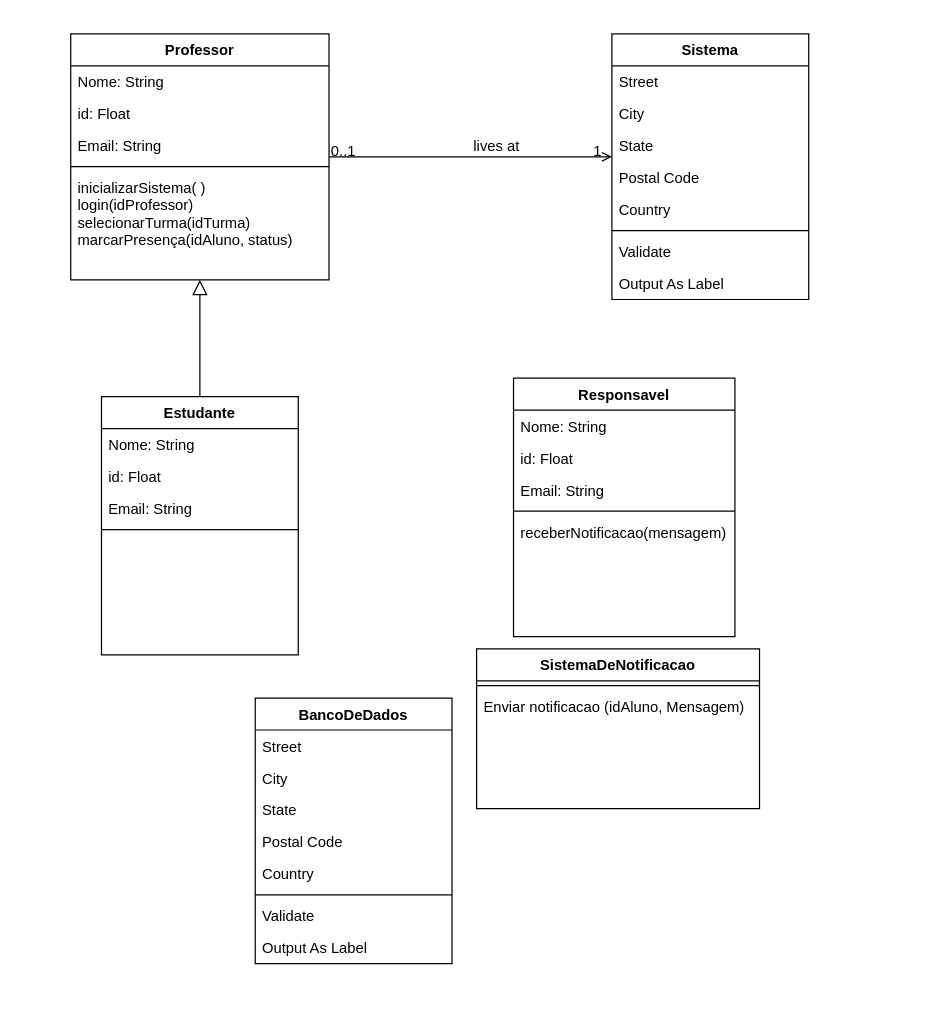
This is Diagramas/Diagrama de Classe.drawio from cc4semestre/projeto, a draw.io file, before an edit. Source tidied: cells renumbered, new cells numbered last; positions are measured from the earlier drawing's top-left corner, leaving out a move shared by most shapes. Both pictures are drawn from the tidied source at 123%, with x=0, y=0 at pixel (70, 33).
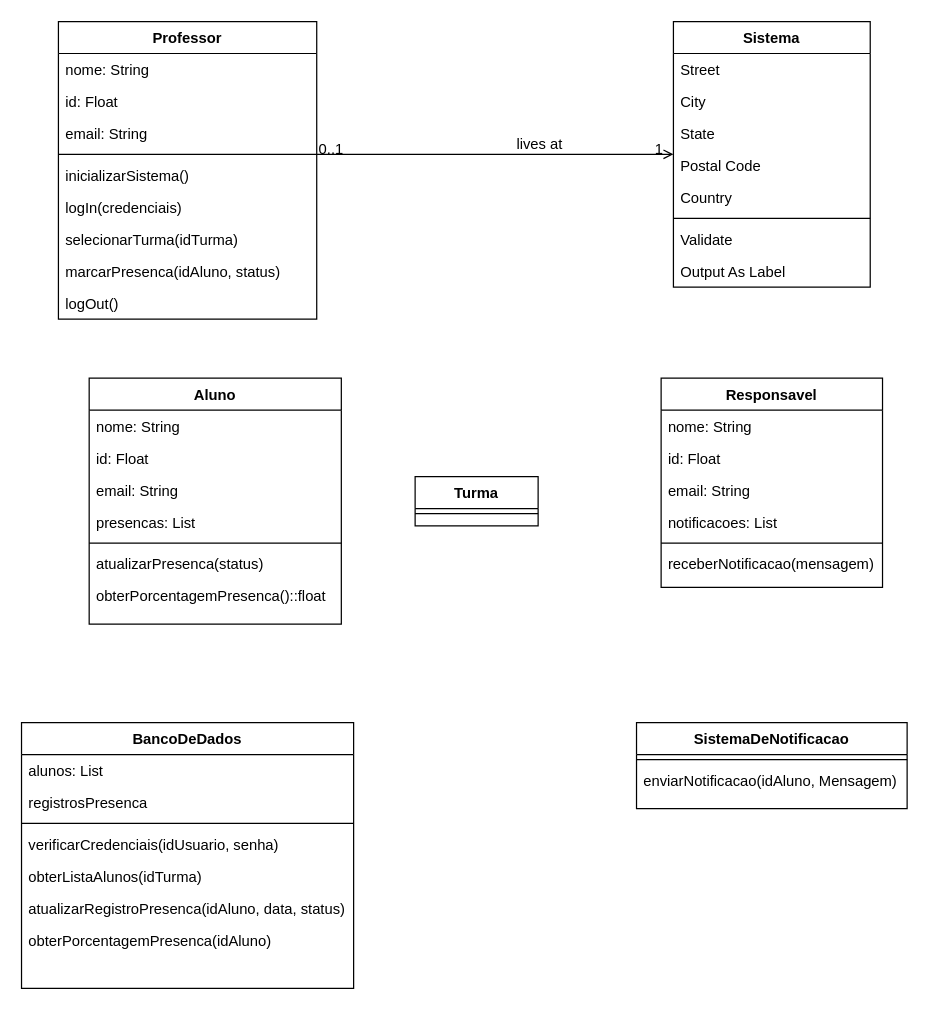
The same diagram, later.

Diff of the diagram source:
```diff
@@
     <mxCell id="2" value="Professor" style="swimlane;fontStyle=1;align=center;verticalAlign=top;horizontal=1;startSize=26;rounded=0;shadow=0;strokeWidth=1;" parent="1" vertex="1">
-      <mxGeometry width="210" height="200" as="geometry" />
+      <mxGeometry x="-10" y="-10" width="210" height="242" as="geometry" />
     </mxCell>
-    <mxCell id="3" value="Nome: String" style="text;align=left;verticalAlign=top;spacingLeft=4;spacingRight=4;overflow=hidden;" parent="2" vertex="1">
+    <mxCell id="3" value="nome: String" style="text;align=left;verticalAlign=top;spacingLeft=4;spacingRight=4;overflow=hidden;" parent="2" vertex="1">
       <mxGeometry y="26" width="210" height="26" as="geometry" />
     </mxCell>
@@
-    <mxCell id="5" value="Email: String" style="text;align=left;verticalAlign=top;spacingLeft=4;spacingRight=4;overflow=hidden;rounded=0;shadow=0;html=0;" parent="2" vertex="1">
+    <mxCell id="5" value="email: String" style="text;align=left;verticalAlign=top;spacingLeft=4;spacingRight=4;overflow=hidden;rounded=0;shadow=0;html=0;" parent="2" vertex="1">
       <mxGeometry y="78" width="210" height="26" as="geometry" />
     </mxCell>
@@
-    <mxCell id="7" value="inicializarSistema( )&#10;login(idProfessor)&#10;selecionarTurma(idTurma)&#10;marcarPresença(idAluno, status)" style="text;align=left;verticalAlign=top;spacingLeft=4;spacingRight=4;overflow=hidden;" parent="2" vertex="1">
-      <mxGeometry y="112" width="210" height="88" as="geometry" />
-    </mxCell>
+    <mxCell id="45" value="inicializarSistema()" style="text;align=left;verticalAlign=top;spacingLeft=4;spacingRight=4;overflow=hidden;" parent="2" vertex="1">
+      <mxGeometry y="112" width="210" height="26" as="geometry" />
+    </mxCell>
+    <mxCell id="46" value="logIn(credenciais)" style="text;align=left;verticalAlign=top;spacingLeft=4;spacingRight=4;overflow=hidden;" parent="2" vertex="1">
+      <mxGeometry y="138" width="210" height="26" as="geometry" />
+    </mxCell>
+    <mxCell id="47" value="selecionarTurma(idTurma)" style="text;align=left;verticalAlign=top;spacingLeft=4;spacingRight=4;overflow=hidden;" parent="2" vertex="1">
+      <mxGeometry y="164" width="210" height="26" as="geometry" />
+    </mxCell>
+    <mxCell id="48" value="marcarPresenca(idAluno, status)" style="text;align=left;verticalAlign=top;spacingLeft=4;spacingRight=4;overflow=hidden;" parent="2" vertex="1">
+      <mxGeometry y="190" width="210" height="26" as="geometry" />
+    </mxCell>
+    <mxCell id="49" value="logOut()" style="text;align=left;verticalAlign=top;spacingLeft=4;spacingRight=4;overflow=hidden;" parent="2" vertex="1">
+      <mxGeometry y="216" width="210" height="26" as="geometry" />
+    </mxCell>
     <mxCell id="8" value="Responsavel" style="swimlane;fontStyle=1;align=center;verticalAlign=top;horizontal=1;startSize=26;rounded=0;shadow=0;strokeWidth=1;" parent="1" vertex="1">
-      <mxGeometry x="360" y="280" width="180" height="210" as="geometry" />
+      <mxGeometry x="480" y="280" width="180" height="170" as="geometry" />
     </mxCell>
-    <mxCell id="9" value="Nome: String" style="text;align=left;verticalAlign=top;spacingLeft=4;spacingRight=4;overflow=hidden;" parent="8" vertex="1">
+    <mxCell id="9" value="nome: String" style="text;align=left;verticalAlign=top;spacingLeft=4;spacingRight=4;overflow=hidden;" parent="8" vertex="1">
       <mxGeometry y="26" width="180" height="26" as="geometry" />
     </mxCell>
@@
+    <mxCell id="50" value="email: String" style="text;align=left;verticalAlign=top;spacingLeft=4;spacingRight=4;overflow=hidden;rounded=0;shadow=0;html=0;" parent="8" vertex="1">
+      <mxGeometry y="78" width="180" height="26" as="geometry" />
+    </mxCell>
-    <mxCell id="11" value="Email: String" style="text;align=left;verticalAlign=top;spacingLeft=4;spacingRight=4;overflow=hidden;rounded=0;shadow=0;html=0;" parent="8" vertex="1">
-      <mxGeometry y="78" width="180" height="26" as="geometry" />
+    <mxCell id="11" value="notificacoes: List" style="text;align=left;verticalAlign=top;spacingLeft=4;spacingRight=4;overflow=hidden;rounded=0;shadow=0;html=0;" parent="8" vertex="1">
+      <mxGeometry y="104" width="180" height="26" as="geometry" />
     </mxCell>
     <mxCell id="12" style="line;html=1;strokeWidth=1;align=left;verticalAlign=middle;spacingTop=-1;spacingLeft=3;spacingRight=3;labelPosition=right;" parent="8" vertex="1">
-      <mxGeometry y="104" width="180" height="8" as="geometry" />
+      <mxGeometry y="130" width="180" height="8" as="geometry" />
     </mxCell>
     <mxCell id="13" value="receberNotificacao(mensagem)&#10;" style="text;align=left;verticalAlign=top;spacingLeft=4;spacingRight=4;overflow=hidden;" parent="8" vertex="1">
-      <mxGeometry y="112" width="180" height="26" as="geometry" />
+      <mxGeometry y="138" width="180" height="26" as="geometry" />
     </mxCell>
-    <mxCell id="14" value="Estudante" style="swimlane;fontStyle=1;align=center;verticalAlign=top;horizontal=1;startSize=26;rounded=0;shadow=0;strokeWidth=1;" parent="1" vertex="1">
-      <mxGeometry x="25" y="295" width="160" height="210" as="geometry" />
+    <mxCell id="14" value="Aluno" style="swimlane;fontStyle=1;align=center;verticalAlign=top;horizontal=1;startSize=26;rounded=0;shadow=0;strokeWidth=1;" parent="1" vertex="1">
+      <mxGeometry x="15" y="280" width="205" height="200" as="geometry" />
     </mxCell>
-    <mxCell id="15" value="Nome: String" style="text;align=left;verticalAlign=top;spacingLeft=4;spacingRight=4;overflow=hidden;" parent="14" vertex="1">
-      <mxGeometry y="26" width="160" height="26" as="geometry" />
+    <mxCell id="15" value="nome: String" style="text;align=left;verticalAlign=top;spacingLeft=4;spacingRight=4;overflow=hidden;" parent="14" vertex="1">
+      <mxGeometry y="26" width="205" height="26" as="geometry" />
     </mxCell>
     <mxCell id="16" value="id: Float" style="text;align=left;verticalAlign=top;spacingLeft=4;spacingRight=4;overflow=hidden;rounded=0;shadow=0;html=0;" parent="14" vertex="1">
-      <mxGeometry y="52" width="160" height="26" as="geometry" />
+      <mxGeometry y="52" width="205" height="26" as="geometry" />
     </mxCell>
+    <mxCell id="51" value="email: String" style="text;align=left;verticalAlign=top;spacingLeft=4;spacingRight=4;overflow=hidden;rounded=0;shadow=0;html=0;" parent="14" vertex="1">
+      <mxGeometry y="78" width="205" height="26" as="geometry" />
+    </mxCell>
-    <mxCell id="17" value="Email: String" style="text;align=left;verticalAlign=top;spacingLeft=4;spacingRight=4;overflow=hidden;rounded=0;shadow=0;html=0;" parent="14" vertex="1">
-      <mxGeometry y="78" width="160" height="26" as="geometry" />
+    <mxCell id="17" value="presencas: List" style="text;align=left;verticalAlign=top;spacingLeft=4;spacingRight=4;overflow=hidden;rounded=0;shadow=0;html=0;" parent="14" vertex="1">
+      <mxGeometry y="104" width="205" height="26" as="geometry" />
     </mxCell>
     <mxCell id="18" style="line;html=1;strokeWidth=1;align=left;verticalAlign=middle;spacingTop=-1;spacingLeft=3;spacingRight=3;labelPosition=right;" parent="14" vertex="1">
-      <mxGeometry y="104" width="160" height="8" as="geometry" />
+      <mxGeometry y="130" width="205" height="8" as="geometry" />
     </mxCell>
-    <mxCell id="19" style="endArrow=block;endSize=10;endFill=0;shadow=0;strokeWidth=1;rounded=0;curved=0;edgeStyle=elbowEdgeStyle;elbow=vertical;" parent="1" edge="1" source="14" target="2">
-      <mxGeometry relative="1" as="geometry" />
-    </mxCell>
+    <mxCell id="52" value="atualizarPresenca(status)" style="text;align=left;verticalAlign=top;spacingLeft=4;spacingRight=4;overflow=hidden;" parent="14" vertex="1">
+      <mxGeometry y="138" width="205" height="26" as="geometry" />
+    </mxCell>
+    <mxCell id="53" value="obterPorcentagemPresenca()::float" style="text;align=left;verticalAlign=top;spacingLeft=4;spacingRight=4;overflow=hidden;" parent="14" vertex="1">
+      <mxGeometry y="164" width="205" height="26" as="geometry" />
+    </mxCell>
     <mxCell id="20" value="Sistema" style="swimlane;fontStyle=1;align=center;verticalAlign=top;horizontal=1;startSize=26;rounded=0;shadow=0;strokeWidth=1;" parent="1" vertex="1">
-      <mxGeometry x="440" width="160" height="216" as="geometry" />
+      <mxGeometry x="490" y="-10" width="160" height="216" as="geometry" />
     </mxCell>
@@
     <mxCell id="33" value="SistemaDeNotificacao" style="swimlane;fontStyle=1;align=center;verticalAlign=top;horizontal=1;startSize=26;rounded=0;shadow=0;strokeWidth=1;" parent="1" vertex="1">
-      <mxGeometry x="330" y="500" width="230" height="130" as="geometry" />
+      <mxGeometry x="460" y="560" width="220" height="70" as="geometry" />
     </mxCell>
     <mxCell id="34" style="line;html=1;strokeWidth=1;align=left;verticalAlign=middle;spacingTop=-1;spacingLeft=3;spacingRight=3;labelPosition=right;" parent="33" vertex="1">
-      <mxGeometry y="26" width="230" height="8" as="geometry" />
+      <mxGeometry y="26" width="220" height="8" as="geometry" />
     </mxCell>
-    <mxCell id="35" value="Enviar notificacao (idAluno, Mensagem)" style="text;align=left;verticalAlign=top;spacingLeft=4;spacingRight=4;overflow=hidden;" parent="33" vertex="1">
-      <mxGeometry y="34" width="230" height="30" as="geometry" />
+    <mxCell id="35" value="enviarNotificacao(idAluno, Mensagem)" style="text;align=left;verticalAlign=top;spacingLeft=4;spacingRight=4;overflow=hidden;" parent="33" vertex="1">
+      <mxGeometry y="34" width="220" height="30" as="geometry" />
     </mxCell>
     <mxCell id="36" value="BancoDeDados" style="swimlane;fontStyle=1;align=center;verticalAlign=top;horizontal=1;startSize=26;rounded=0;shadow=0;strokeWidth=1;" parent="1" vertex="1">
-      <mxGeometry x="150" y="540" width="160" height="216" as="geometry" />
+      <mxGeometry x="-40" y="560" width="270" height="216" as="geometry" />
     </mxCell>
-    <mxCell id="37" value="Street" style="text;align=left;verticalAlign=top;spacingLeft=4;spacingRight=4;overflow=hidden;" parent="36" vertex="1">
-      <mxGeometry y="26" width="160" height="26" as="geometry" />
+    <mxCell id="37" value="alunos: List" style="text;align=left;verticalAlign=top;spacingLeft=4;spacingRight=4;overflow=hidden;" parent="36" vertex="1">
+      <mxGeometry y="26" width="270" height="26" as="geometry" />
     </mxCell>
-    <mxCell id="38" value="City" style="text;align=left;verticalAlign=top;spacingLeft=4;spacingRight=4;overflow=hidden;rounded=0;shadow=0;html=0;" parent="36" vertex="1">
-      <mxGeometry y="52" width="160" height="26" as="geometry" />
+    <mxCell id="38" value="registrosPresenca" style="text;align=left;verticalAlign=top;spacingLeft=4;spacingRight=4;overflow=hidden;rounded=0;shadow=0;html=0;" parent="36" vertex="1">
+      <mxGeometry y="52" width="270" height="26" as="geometry" />
     </mxCell>
-    <mxCell id="39" value="State" style="text;align=left;verticalAlign=top;spacingLeft=4;spacingRight=4;overflow=hidden;rounded=0;shadow=0;html=0;" parent="36" vertex="1">
-      <mxGeometry y="78" width="160" height="26" as="geometry" />
-    </mxCell>
-    <mxCell id="40" value="Postal Code" style="text;align=left;verticalAlign=top;spacingLeft=4;spacingRight=4;overflow=hidden;rounded=0;shadow=0;html=0;" parent="36" vertex="1">
-      <mxGeometry y="104" width="160" height="26" as="geometry" />
-    </mxCell>
-    <mxCell id="41" value="Country" style="text;align=left;verticalAlign=top;spacingLeft=4;spacingRight=4;overflow=hidden;rounded=0;shadow=0;html=0;" parent="36" vertex="1">
-      <mxGeometry y="130" width="160" height="26" as="geometry" />
-    </mxCell>
     <mxCell id="42" style="line;html=1;strokeWidth=1;align=left;verticalAlign=middle;spacingTop=-1;spacingLeft=3;spacingRight=3;labelPosition=right;" parent="36" vertex="1">
-      <mxGeometry y="156" width="160" height="8" as="geometry" />
+      <mxGeometry y="78" width="270" height="8" as="geometry" />
     </mxCell>
-    <mxCell id="43" value="Validate" style="text;align=left;verticalAlign=top;spacingLeft=4;spacingRight=4;overflow=hidden;" parent="36" vertex="1">
-      <mxGeometry y="164" width="160" height="26" as="geometry" />
+    <mxCell id="43" value="verificarCredenciais(idUsuario, senha)" style="text;align=left;verticalAlign=top;spacingLeft=4;spacingRight=4;overflow=hidden;" parent="36" vertex="1">
+      <mxGeometry y="86" width="270" height="26" as="geometry" />
     </mxCell>
-    <mxCell id="44" value="Output As Label" style="text;align=left;verticalAlign=top;spacingLeft=4;spacingRight=4;overflow=hidden;" parent="36" vertex="1">
-      <mxGeometry y="190" width="160" height="26" as="geometry" />
+    <mxCell id="44" value="obterListaAlunos(idTurma)" style="text;align=left;verticalAlign=top;spacingLeft=4;spacingRight=4;overflow=hidden;" parent="36" vertex="1">
+      <mxGeometry y="112" width="270" height="26" as="geometry" />
     </mxCell>
+    <mxCell id="54" value="atualizarRegistroPresenca(idAluno, data, status)" style="text;align=left;verticalAlign=top;spacingLeft=4;spacingRight=4;overflow=hidden;" parent="36" vertex="1">
+      <mxGeometry y="138" width="270" height="26" as="geometry" />
+    </mxCell>
+    <mxCell id="55" value="obterPorcentagemPresenca(idAluno)" style="text;align=left;verticalAlign=top;spacingLeft=4;spacingRight=4;overflow=hidden;" parent="36" vertex="1">
+      <mxGeometry y="164" width="270" height="26" as="geometry" />
+    </mxCell>
+    <mxCell id="56" value="Turma" style="swimlane;fontStyle=1;align=center;verticalAlign=top;horizontal=1;startSize=26;rounded=0;shadow=0;strokeWidth=1;" parent="1" vertex="1">
+      <mxGeometry x="280" y="360" width="100" height="40" as="geometry" />
+    </mxCell>
+    <mxCell id="57" style="line;html=1;strokeWidth=1;align=left;verticalAlign=middle;spacingTop=-1;spacingLeft=3;spacingRight=3;labelPosition=right;" parent="56" vertex="1">
+      <mxGeometry y="26" width="100" height="8" as="geometry" />
+    </mxCell>
```
